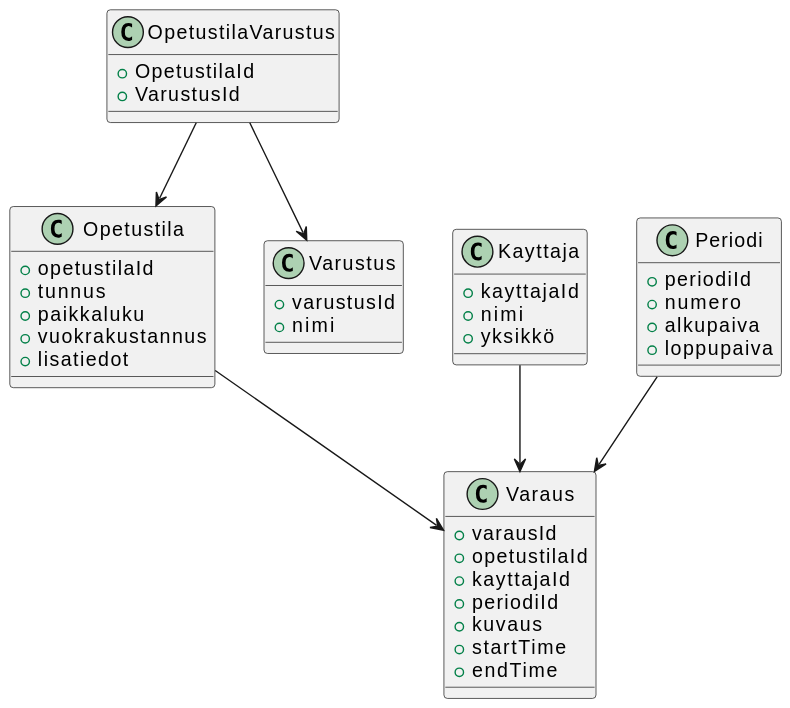
The PlantUML diagram docs/warmup/tex/assets/uml.svg in 3liasP/ArkkiDivari, before a commit. The source it was exported from:
```plantuml
@startuml
class Varaus {
+ varausId
+ opetustilaId
+ kayttajaId
+ periodiId
+ kuvaus
+ startTime
+ endTime
}

class Opetustila{
+ opetustilaId
+ tunnus
+ paikkaluku
+ vuokrakustannus
+ lisatiedot
}

class Varustus{
+ varustusId
+ nimi
}

class OpetustilaVarustus {
+ OpetustilaId
+ VarustusId
}

class Kayttaja {
+ kayttajaId
+ nimi
+ yksikkö
}

class Periodi {
+ periodiId
+ numero
+ alkupaiva
+ loppupaiva
}

Opetustila --> Varaus
Kayttaja--> Varaus
OpetustilaVarustus --> Varustus
OpetustilaVarustus --> Opetustila
Periodi --> Varaus
@enduml
```
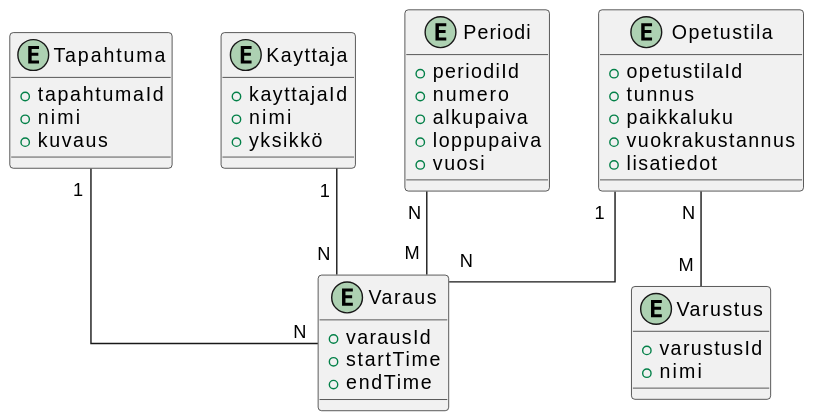
Later version of the same file.

Diff of the diagram source:
```diff
@@ -1,15 +1,18 @@
 @startuml
-class Varaus {
+skinparam linetype ortho
+entity Varaus {
 + varausId
-+ opetustilaId
-+ kayttajaId
-+ periodiId
-+ kuvaus
 + startTime
 + endTime
 }
 
-class Opetustila{
+entity Tapahtuma {
++ tapahtumaId
++ nimi
++ kuvaus
+}
+
+entity Opetustila{
 + opetustilaId
 + tunnus
 + paikkaluku
@@ -17,32 +20,28 @@
 + lisatiedot
 }
 
-class Varustus{
+entity Varustus{
 + varustusId
 + nimi
 }
 
-class OpetustilaVarustus {
-+ OpetustilaId
-+ VarustusId
-}
-
-class Kayttaja {
+entity Kayttaja {
 + kayttajaId
 + nimi
 + yksikkö
 }
 
-class Periodi {
+entity Periodi {
 + periodiId
 + numero
 + alkupaiva
 + loppupaiva
++ vuosi
 }
 
-Opetustila --> Varaus
-Kayttaja--> Varaus
-OpetustilaVarustus --> Varustus
-OpetustilaVarustus --> Opetustila
-Periodi --> Varaus
+Opetustila "1" -- "N" Varaus
+Kayttaja "1  " -- "N" Varaus
+Tapahtuma "1 " -- "N" Varaus
+Opetustila "N " -- "M " Varustus
+Periodi "N" -- "M  " Varaus
 @enduml
```
